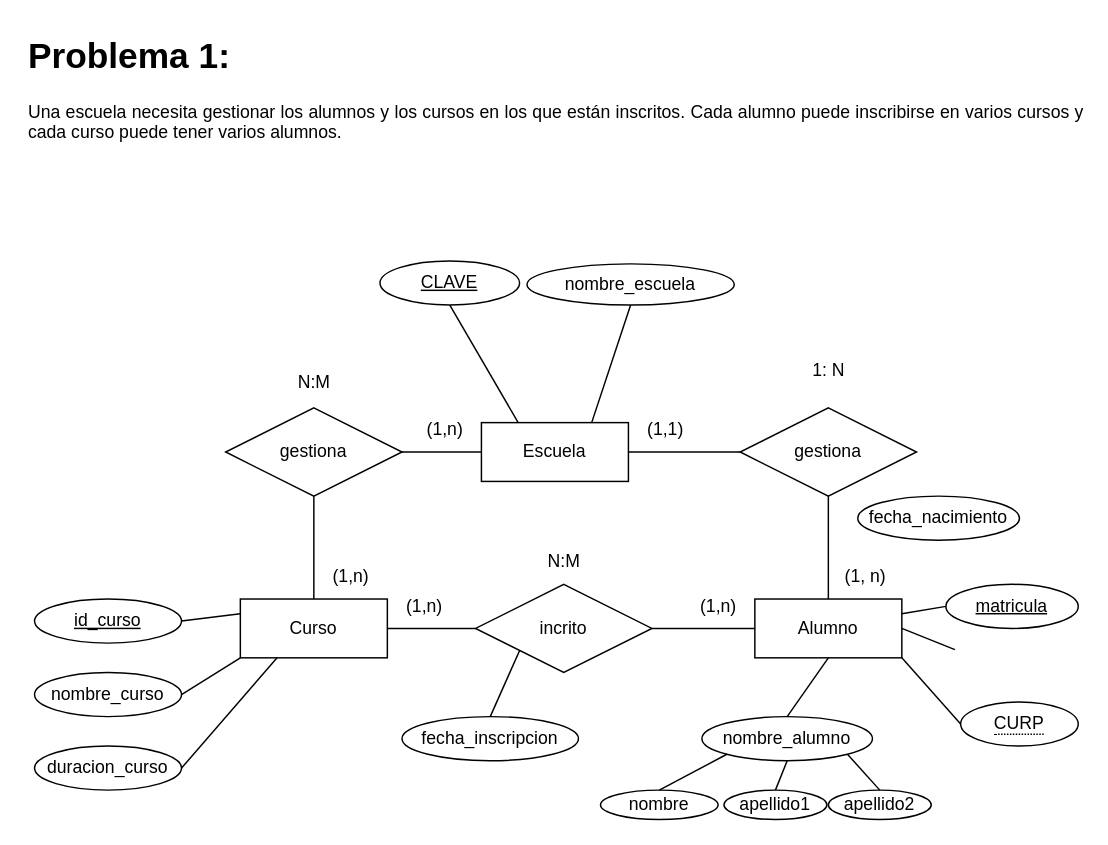
Before: page "Problema-1-ER" (2 of 6) of TASK_1/Problemas.drawio in itsFDavid/Bases-de-datos, a draw.io diagram. Source tidied: cells renumbered, new cells numbered last; positions are measured from the earlier drawing's top-left corner, leaving out a move shared by most shapes. Both pictures are drawn from the tidied source at 147%, with x=0, y=0 at pixel (25, 25).
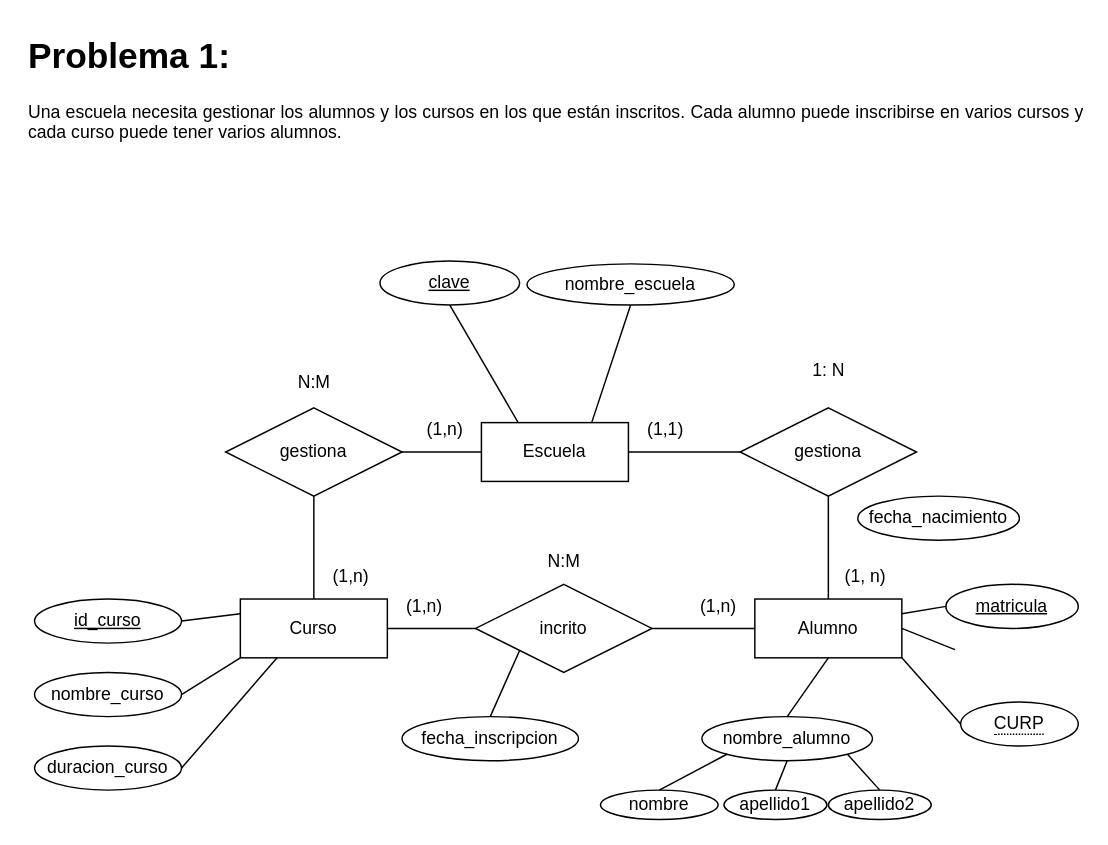
After the change.

Commit message:
add relational model of problem 1

What changed in the source:
```diff
@@
-    <mxCell id="31" value="CLAVE" style="ellipse;whiteSpace=wrap;html=1;align=center;fontStyle=4;" parent="1" vertex="1">
+    <mxCell id="31" value="clave" style="ellipse;whiteSpace=wrap;html=1;align=center;fontStyle=4;" parent="1" vertex="1">
       <mxGeometry x="241" y="160" width="95" height="30" as="geometry" />
     </mxCell>
```
